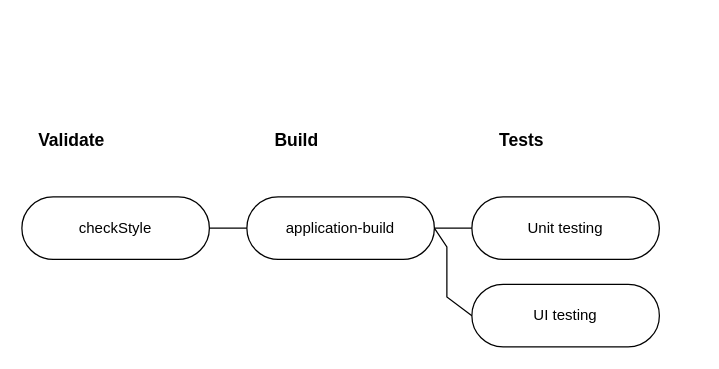
Before: Diagramme sans nom.drawio in cjour/audit_logistics, a draw.io diagram. Source tidied: cells renumbered, new cells numbered last; positions are measured from the earlier drawing's top-left corner, leaving out a move shared by most shapes. Both pictures are drawn from the tidied source at 125%, with x=0, y=0 at pixel (21, 121).
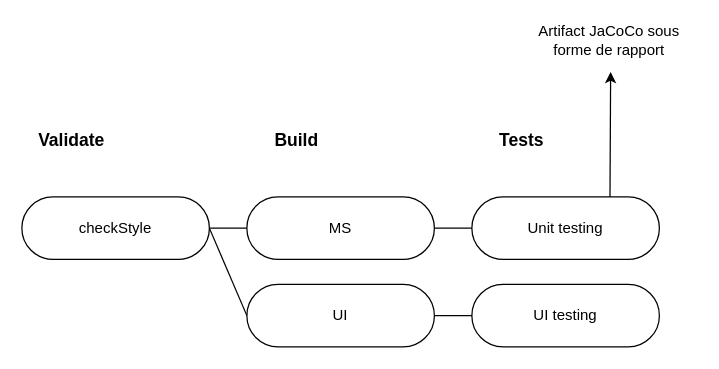
Above is the later version.

Commit message (it also covers changes not shown here):
Mettre à jour Diagramme sans nom.drawio

The edit, as a diff of the source:
```diff
@@
 <mxGraphModel>
   <root>
     <mxCell id="0" />
     <mxCell id="1" parent="0" />
-    <mxCell id="2" value="application-build" style="rounded=1;whiteSpace=wrap;html=1;arcSize=50;" parent="1" vertex="1">
+    <mxCell id="2" value="MS" style="rounded=1;whiteSpace=wrap;html=1;arcSize=50;" parent="1" vertex="1">
       <mxGeometry x="180" y="60" width="150" height="50" as="geometry" />
     </mxCell>
     <mxCell id="3" value="Unit testing" style="rounded=1;whiteSpace=wrap;html=1;arcSize=50;" parent="1" vertex="1">
       <mxGeometry x="360" y="60" width="150" height="50" as="geometry" />
     </mxCell>
     <mxCell id="4" value="checkStyle" style="rounded=1;whiteSpace=wrap;html=1;arcSize=50;" parent="1" vertex="1">
       <mxGeometry y="60" width="150" height="50" as="geometry" />
     </mxCell>
     <mxCell id="5" value="UI testing" style="rounded=1;whiteSpace=wrap;html=1;arcSize=50;" parent="1" vertex="1">
       <mxGeometry x="360" y="130" width="150" height="50" as="geometry" />
     </mxCell>
     <mxCell id="6" value="Validate" style="text;html=1;strokeColor=none;fillColor=none;align=center;verticalAlign=middle;whiteSpace=wrap;rounded=0;fontStyle=1;fontSize=14;" parent="1" vertex="1">
       <mxGeometry x="10" width="60" height="30" as="geometry" />
     </mxCell>
     <mxCell id="7" value="Build" style="text;html=1;strokeColor=none;fillColor=none;align=center;verticalAlign=middle;whiteSpace=wrap;rounded=0;fontStyle=1;fontSize=14;" parent="1" vertex="1">
       <mxGeometry x="190" width="60" height="30" as="geometry" />
     </mxCell>
     <mxCell id="8" value="Tests" style="text;html=1;strokeColor=none;fillColor=none;align=center;verticalAlign=middle;whiteSpace=wrap;rounded=0;fontStyle=1;fontSize=14;" parent="1" vertex="1">
       <mxGeometry x="370" width="60" height="30" as="geometry" />
     </mxCell>
     <mxCell id="9" style="endArrow=none;html=1;rounded=0;fontSize=14;exitX=1;exitY=0.5;exitDx=0;exitDy=0;entryX=0;entryY=0.5;entryDx=0;entryDy=0;" parent="1" edge="1" source="4" target="2">
       <mxGeometry relative="1" as="geometry" />
     </mxCell>
     <mxCell id="10" style="endArrow=none;html=1;rounded=0;fontSize=14;exitX=1;exitY=0.5;exitDx=0;exitDy=0;entryX=0;entryY=0.5;entryDx=0;entryDy=0;" parent="1" edge="1" source="2" target="3">
       <mxGeometry relative="1" as="geometry" />
     </mxCell>
-    <mxCell id="11" style="endArrow=none;html=1;rounded=0;fontSize=14;entryX=0;entryY=0.5;entryDx=0;entryDy=0;exitX=1;exitY=0.5;exitDx=0;exitDy=0;" parent="1" edge="1" source="2" target="5">
-      <mxGeometry relative="1" as="geometry">
-        <Array as="points">
-          <mxPoint x="340" y="100" />
-          <mxPoint x="340" y="140" />
-        </Array>
-      </mxGeometry>
-    </mxCell>
+    <mxCell id="12" value="UI" style="rounded=1;whiteSpace=wrap;html=1;arcSize=50;" parent="1" vertex="1">
+      <mxGeometry x="180" y="130" width="150" height="50" as="geometry" />
+    </mxCell>
+    <mxCell id="13" style="endArrow=none;html=1;rounded=0;exitX=1;exitY=0.5;exitDx=0;exitDy=0;entryX=0;entryY=0.5;entryDx=0;entryDy=0;" parent="1" edge="1" source="4" target="12">
+      <mxGeometry relative="1" as="geometry" />
+    </mxCell>
+    <mxCell id="14" style="endArrow=none;html=1;rounded=0;entryX=0;entryY=0.5;entryDx=0;entryDy=0;exitX=1;exitY=0.5;exitDx=0;exitDy=0;" parent="1" edge="1" source="12" target="5">
+      <mxGeometry relative="1" as="geometry" />
+    </mxCell>
+    <mxCell id="15" style="endArrow=classic;html=1;rounded=0;exitX=0.75;exitY=0;exitDx=0;exitDy=0;" parent="1" edge="1">
+      <mxGeometry relative="1" as="geometry">
+        <mxPoint x="470.5" y="60" as="sourcePoint" />
+        <mxPoint x="471" y="-40" as="targetPoint" />
+      </mxGeometry>
+    </mxCell>
+    <mxCell id="16" value="Artifact JaCoCo sous forme de rapport" style="text;html=1;strokeColor=none;fillColor=none;align=center;verticalAlign=middle;whiteSpace=wrap;rounded=0;" parent="1" vertex="1">
+      <mxGeometry x="400" y="-80" width="140" height="30" as="geometry" />
+    </mxCell>
   </root>
 </mxGraphModel>
```
